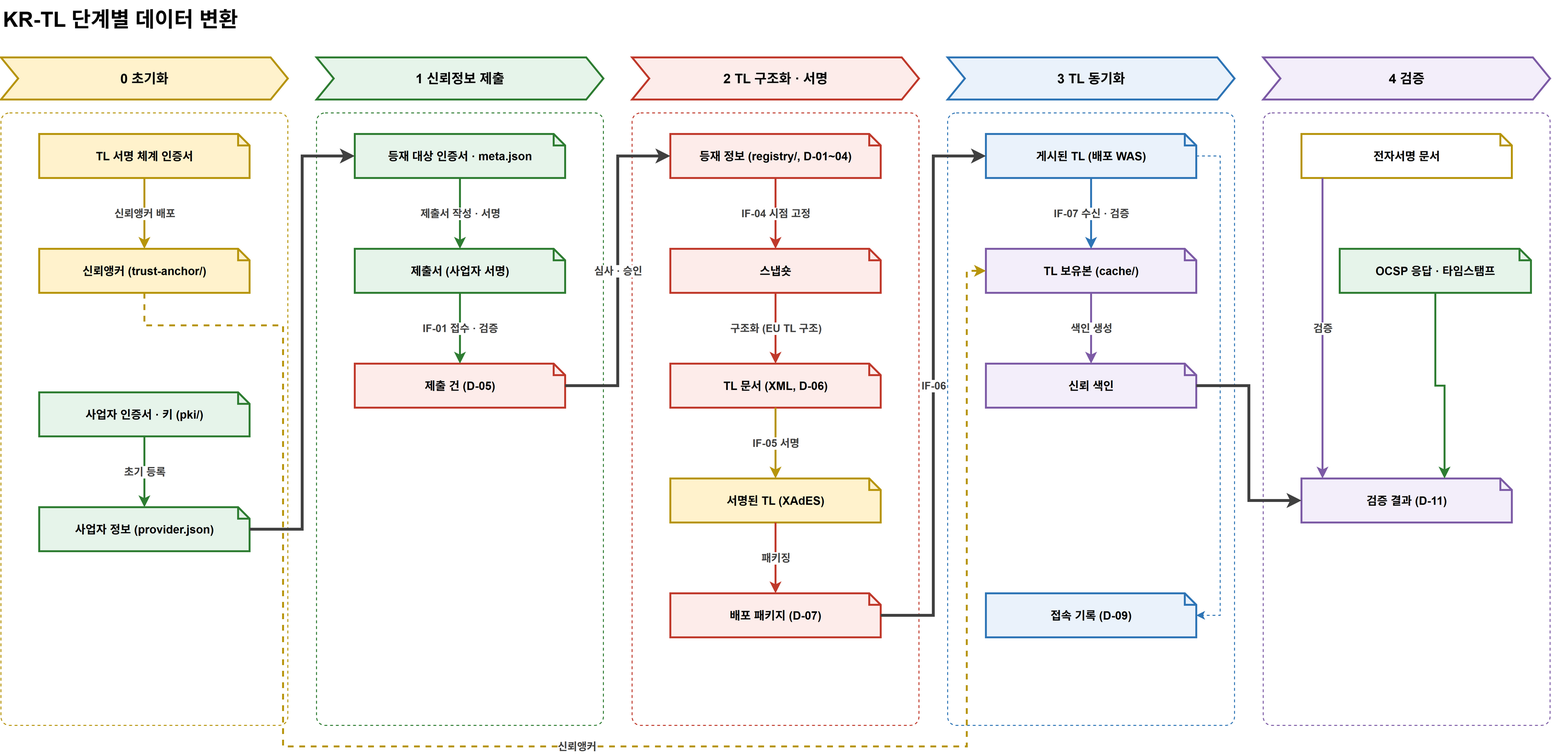
Above: docs/design/KR-TL-관리시스템/diagrams/krtl-dataflow.drawio.png in yongsungkim-electcerti/kr-dss (draw.io), before the change. Source tidied: cells renumbered, new cells last; positions are measured from the earlier drawing's top-left corner, leaving out a move shared by most shapes.
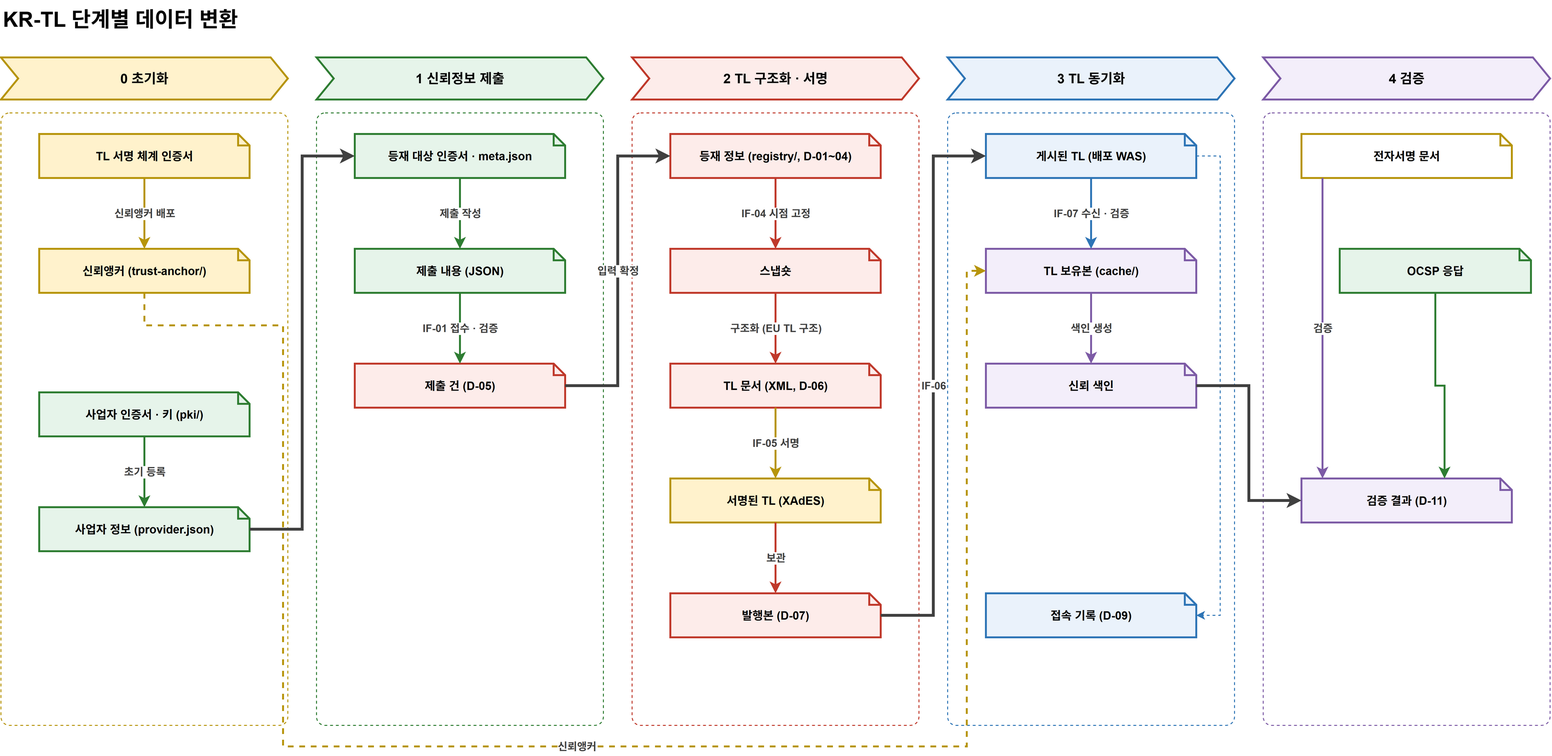
Above is the later version.

Change to the diagram source:
```diff
@@ -56,13 +56,13 @@
     <mxCell id="19" value="등재 대상 인증서 · meta.json" style="shape=note;size=12;whiteSpace=wrap;html=1;fillColor=#e6f4ea;strokeColor=#2e7d32;strokeWidth=2;fontStyle=1;fontSize=12;" parent="1" vertex="1">
       <mxGeometry x="370" y="140" width="220" height="46" as="geometry" />
     </mxCell>
-    <mxCell id="20" value="제출서 (사업자 서명)" style="shape=note;size=12;whiteSpace=wrap;html=1;fillColor=#e6f4ea;strokeColor=#2e7d32;strokeWidth=2;fontStyle=1;fontSize=12;" parent="1" vertex="1">
+    <mxCell id="20" value="제출 내용 (JSON)" style="shape=note;size=12;whiteSpace=wrap;html=1;fillColor=#e6f4ea;strokeColor=#2e7d32;strokeWidth=2;fontStyle=1;fontSize=12;" parent="1" vertex="1">
       <mxGeometry x="370" y="260" width="220" height="46" as="geometry" />
     </mxCell>
     <mxCell id="21" value="제출 건 (D-05)" style="shape=note;size=12;whiteSpace=wrap;html=1;fillColor=#fdecea;strokeColor=#c0392b;strokeWidth=2;fontStyle=1;fontSize=12;" parent="1" vertex="1">
       <mxGeometry x="370" y="380" width="220" height="46" as="geometry" />
     </mxCell>
-    <mxCell id="22" value="제출서 작성 · 서명" style="edgeStyle=orthogonalEdgeStyle;rounded=0;html=1;fontSize=11;fontStyle=1;fontColor=#404040;labelBackgroundColor=#ffffff;strokeColor=#2e7d32;strokeWidth=2;exitX=0.5;exitY=1;entryX=0.5;entryY=0;" parent="1" edge="1" source="19" target="20">
+    <mxCell id="22" value="제출 작성" style="edgeStyle=orthogonalEdgeStyle;rounded=0;html=1;fontSize=11;fontStyle=1;fontColor=#404040;labelBackgroundColor=#ffffff;strokeColor=#2e7d32;strokeWidth=2;exitX=0.5;exitY=1;entryX=0.5;entryY=0;" parent="1" edge="1" source="19" target="20">
       <mxGeometry relative="1" as="geometry" />
     </mxCell>
     <mxCell id="23" value="IF-01 접수 · 검증" style="edgeStyle=orthogonalEdgeStyle;rounded=0;html=1;fontSize=11;fontStyle=1;fontColor=#404040;labelBackgroundColor=#ffffff;strokeColor=#2e7d32;strokeWidth=2;exitX=0.5;exitY=1;entryX=0.5;entryY=0;" parent="1" edge="1" source="20" target="21">
@@ -80,7 +80,7 @@
     <mxCell id="27" value="서명된 TL (XAdES)" style="shape=note;size=12;whiteSpace=wrap;html=1;fillColor=#fff2cc;strokeColor=#b7950b;strokeWidth=2;fontStyle=1;fontSize=12;" parent="1" vertex="1">
       <mxGeometry x="700" y="500" width="220" height="46" as="geometry" />
     </mxCell>
-    <mxCell id="28" value="배포 패키지 (D-07)" style="shape=note;size=12;whiteSpace=wrap;html=1;fillColor=#fdecea;strokeColor=#c0392b;strokeWidth=2;fontStyle=1;fontSize=12;" parent="1" vertex="1">
+    <mxCell id="28" value="발행본 (D-07)" style="shape=note;size=12;whiteSpace=wrap;html=1;fillColor=#fdecea;strokeColor=#c0392b;strokeWidth=2;fontStyle=1;fontSize=12;" parent="1" vertex="1">
       <mxGeometry x="700" y="620" width="220" height="46" as="geometry" />
     </mxCell>
     <mxCell id="29" value="IF-04 시점 고정" style="edgeStyle=orthogonalEdgeStyle;rounded=0;html=1;fontSize=11;fontStyle=1;fontColor=#404040;labelBackgroundColor=#ffffff;strokeColor=#c0392b;strokeWidth=2;exitX=0.5;exitY=1;entryX=0.5;entryY=0;" parent="1" edge="1" source="24" target="25">
@@ -92,7 +92,7 @@
     <mxCell id="31" value="IF-05 서명" style="edgeStyle=orthogonalEdgeStyle;rounded=0;html=1;fontSize=11;fontStyle=1;fontColor=#404040;labelBackgroundColor=#ffffff;strokeColor=#b7950b;strokeWidth=2;exitX=0.5;exitY=1;entryX=0.5;entryY=0;" parent="1" edge="1" source="26" target="27">
       <mxGeometry relative="1" as="geometry" />
     </mxCell>
-    <mxCell id="32" value="패키징" style="edgeStyle=orthogonalEdgeStyle;rounded=0;html=1;fontSize=11;fontStyle=1;fontColor=#404040;labelBackgroundColor=#ffffff;strokeColor=#c0392b;strokeWidth=2;exitX=0.5;exitY=1;entryX=0.5;entryY=0;" parent="1" edge="1" source="27" target="28">
+    <mxCell id="32" value="보관" style="edgeStyle=orthogonalEdgeStyle;rounded=0;html=1;fontSize=11;fontStyle=1;fontColor=#404040;labelBackgroundColor=#ffffff;strokeColor=#c0392b;strokeWidth=2;exitX=0.5;exitY=1;entryX=0.5;entryY=0;" parent="1" edge="1" source="27" target="28">
       <mxGeometry relative="1" as="geometry" />
     </mxCell>
     <mxCell id="33" value="게시된 TL (배포 WAS)" style="shape=note;size=12;whiteSpace=wrap;html=1;fillColor=#eaf2fb;strokeColor=#2e75b6;strokeWidth=2;fontStyle=1;fontSize=12;" parent="1" vertex="1">
@@ -124,7 +124,7 @@
     <mxCell id="40" value="전자서명 문서" style="shape=note;size=12;whiteSpace=wrap;html=1;fillColor=#ffffff;strokeColor=#b7950b;strokeWidth=2;fontStyle=1;fontSize=12;" parent="1" vertex="1">
       <mxGeometry x="1360" y="140" width="220" height="46" as="geometry" />
     </mxCell>
-    <mxCell id="41" value="OCSP 응답 · 타임스탬프" style="shape=note;size=12;whiteSpace=wrap;html=1;fillColor=#e6f4ea;strokeColor=#2e7d32;strokeWidth=2;fontStyle=1;fontSize=12;" parent="1" vertex="1">
+    <mxCell id="41" value="OCSP 응답" style="shape=note;size=12;whiteSpace=wrap;html=1;fillColor=#e6f4ea;strokeColor=#2e7d32;strokeWidth=2;fontStyle=1;fontSize=12;" parent="1" vertex="1">
       <mxGeometry x="1400" y="260" width="200" height="46" as="geometry" />
     </mxCell>
     <mxCell id="42" value="검증 결과 (D-11)" style="shape=note;size=12;whiteSpace=wrap;html=1;fillColor=#f3eefa;strokeColor=#7d5ba6;strokeWidth=2;fontStyle=1;fontSize=12;" parent="1" vertex="1">
@@ -144,7 +144,7 @@
         </Array>
       </mxGeometry>
     </mxCell>
-    <mxCell id="46" value="심사 · 승인" style="edgeStyle=orthogonalEdgeStyle;rounded=0;html=1;fontSize=11;fontStyle=1;fontColor=#404040;labelBackgroundColor=#ffffff;strokeColor=#404040;strokeWidth=3;exitX=1;exitY=0.5;entryX=0;entryY=0.5;" parent="1" edge="1" source="21" target="24">
+    <mxCell id="46" value="입력 확정" style="edgeStyle=orthogonalEdgeStyle;rounded=0;html=1;fontSize=11;fontStyle=1;fontColor=#404040;labelBackgroundColor=#ffffff;strokeColor=#404040;strokeWidth=3;exitX=1;exitY=0.5;entryX=0;entryY=0.5;" parent="1" edge="1" source="21" target="24">
       <mxGeometry relative="1" as="geometry">
         <Array as="points">
           <mxPoint x="645" y="403" />
```
